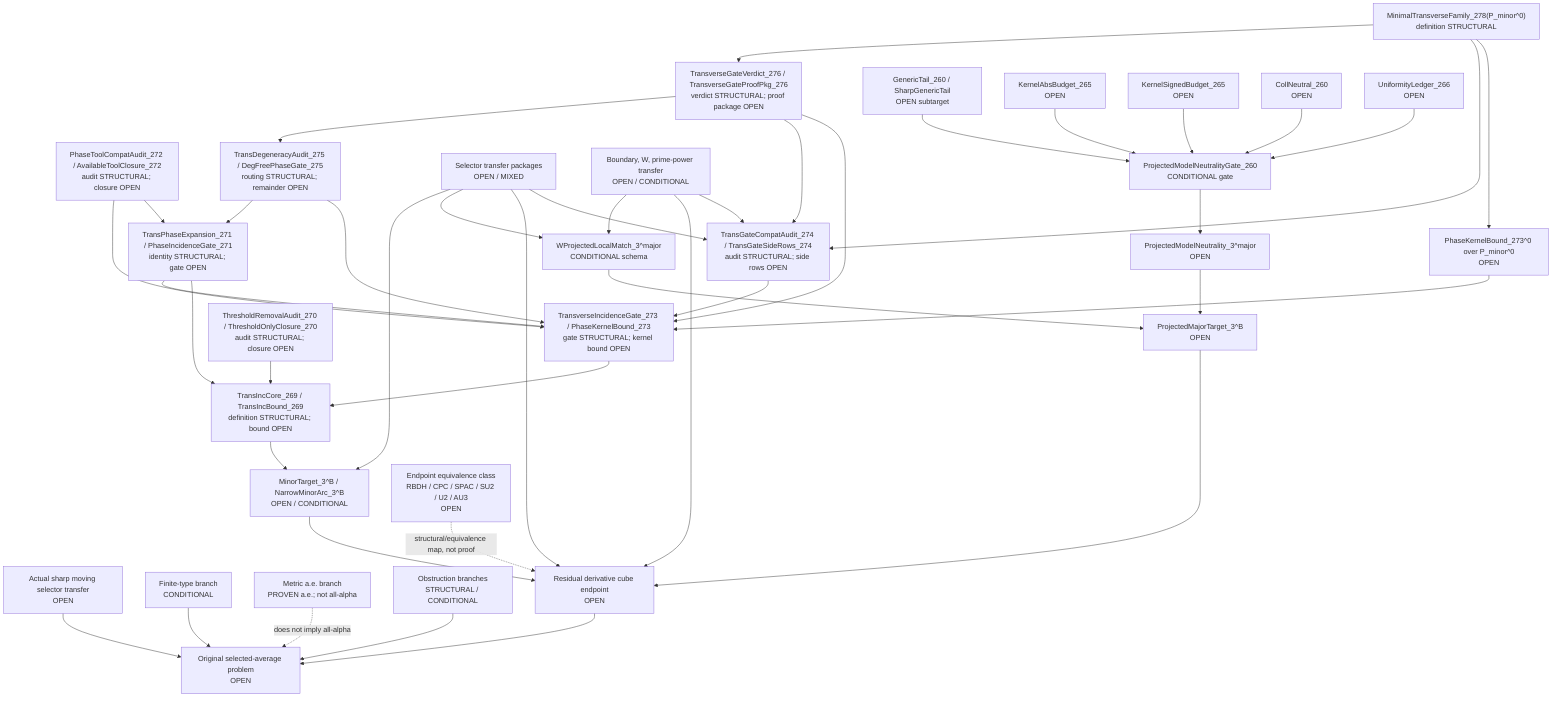
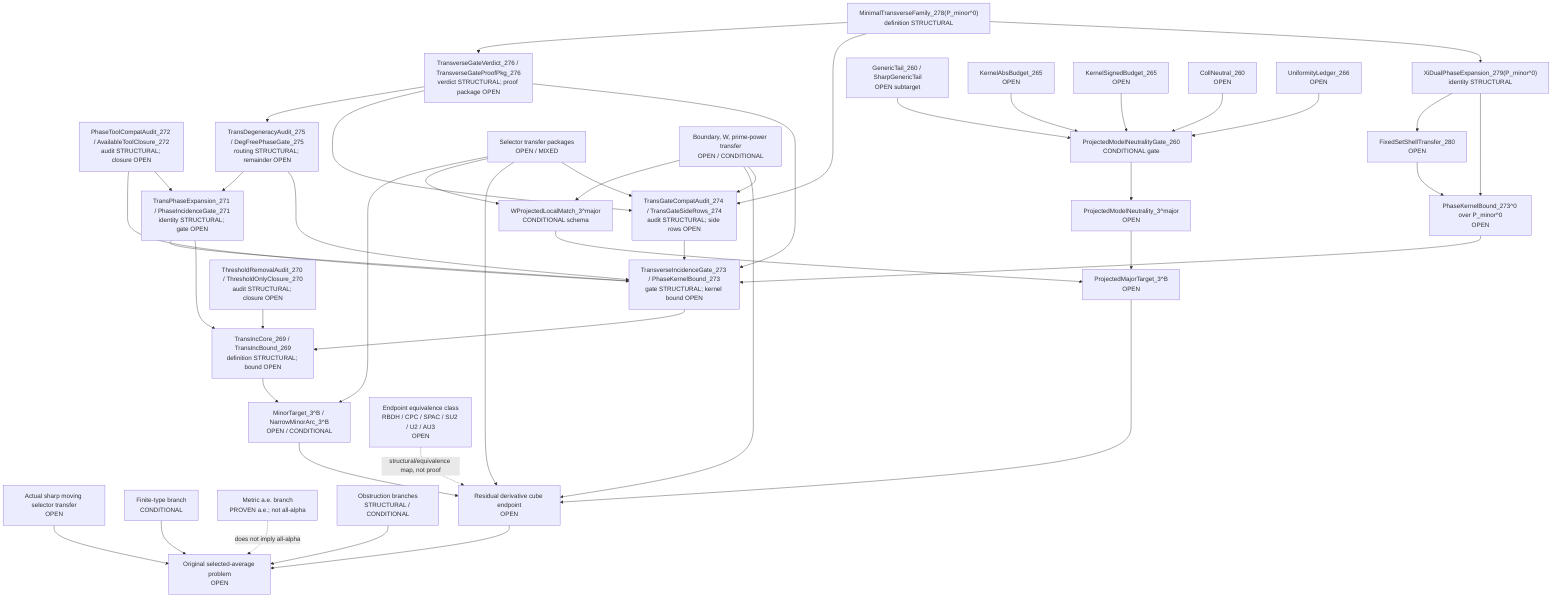
flowchart TD
  Original["Original selected-average problem<br/>OPEN"]
  SharpSel["Actual sharp moving selector transfer<br/>OPEN"]
  FiniteType["Finite-type branch<br/>CONDITIONAL"]
  Metric["Metric a.e. branch<br/>PROVEN a.e.; not all-alpha"]
  Obstruction["Obstruction branches<br/>STRUCTURAL / CONDITIONAL"]

  ResCube["Residual derivative cube endpoint<br/>OPEN"]
  MajorTarget["ProjectedMajorTarget_3^B<br/>OPEN"]
  MinorTarget["MinorTarget_3^B / NarrowMinorArc_3^B<br/>OPEN / CONDITIONAL"]
  TransInc["TransIncCore_269 / TransIncBound_269<br/>definition STRUCTURAL; bound OPEN"]
  ThresholdAudit["ThresholdRemovalAudit_270 / ThresholdOnlyClosure_270<br/>audit STRUCTURAL; closure OPEN"]
  PhaseExpansion["TransPhaseExpansion_271 / PhaseIncidenceGate_271<br/>identity STRUCTURAL; gate OPEN"]
  ToolCompat["PhaseToolCompatAudit_272 / AvailableToolClosure_272<br/>audit STRUCTURAL; closure OPEN"]
  TransGate["TransverseIncidenceGate_273 / PhaseKernelBound_273<br/>gate STRUCTURAL; kernel bound OPEN"]
  TransGateCompat["TransGateCompatAudit_274 / TransGateSideRows_274<br/>audit STRUCTURAL; side rows OPEN"]
  DegAudit["TransDegeneracyAudit_275 / DegFreePhaseGate_275<br/>routing STRUCTURAL; remainder OPEN"]
  TransVerdict["TransverseGateVerdict_276 / TransverseGateProofPkg_276<br/>verdict STRUCTURAL; proof package OPEN"]
  MinTransFamily["MinimalTransverseFamily_278(P_minor^0)<br/>definition STRUCTURAL"]
+   XiExpansion["XiDualPhaseExpansion_279(P_minor^0)<br/>identity STRUCTURAL"]
+   FixedShellTransfer["FixedSetShellTransfer_280<br/>OPEN"]
  PhaseKernel0["PhaseKernelBound_273^0 over P_minor^0<br/>OPEN"]
  SelectorTransfer["Selector transfer packages<br/>OPEN / MIXED"]
  BoundaryTransfer["Boundary, W, prime-power transfer<br/>OPEN / CONDITIONAL"]

  WLocal["WProjectedLocalMatch_3^major<br/>CONDITIONAL schema"]
  ModelNeutral["ProjectedModelNeutrality_3^major<br/>OPEN"]
  PMNGate["ProjectedModelNeutralityGate_260<br/>CONDITIONAL gate"]
  GenericTail["GenericTail_260 / SharpGenericTail<br/>OPEN subtarget"]
  KernelAbs["KernelAbsBudget_265<br/>OPEN"]
  KernelSigned["KernelSignedBudget_265<br/>OPEN"]
  CollNeutral["CollNeutral_260<br/>OPEN"]
  Uniformity["UniformityLedger_266<br/>OPEN"]

  EndpointClass["Endpoint equivalence class<br/>RBDH / CPC / SPAC / SU2 / U2 / AU3<br/>OPEN"]

  SharpSel --> Original
  FiniteType --> Original
  Obstruction --> Original
  ResCube --> Original
  Metric -. "does not imply all-alpha" .-> Original

  MajorTarget --> ResCube
  MinorTarget --> ResCube
  TransInc --> MinorTarget
  ThresholdAudit --> TransInc
  PhaseExpansion --> TransInc
  ToolCompat --> PhaseExpansion
  TransGate --> TransInc
  PhaseExpansion --> TransGate
  ToolCompat --> TransGate
  TransGateCompat --> TransGate
  SelectorTransfer --> TransGateCompat
  BoundaryTransfer --> TransGateCompat
  DegAudit --> TransGate
  DegAudit --> PhaseExpansion
  TransVerdict --> TransGate
  TransVerdict --> TransGateCompat
  TransVerdict --> DegAudit
  PhaseKernel0 --> TransGate
-   MinTransFamily --> PhaseKernel0
+   MinTransFamily --> XiExpansion
+   XiExpansion --> PhaseKernel0
+   FixedShellTransfer --> PhaseKernel0
+   XiExpansion --> FixedShellTransfer
  MinTransFamily --> TransGateCompat
  MinTransFamily --> TransVerdict
  SelectorTransfer --> ResCube
  BoundaryTransfer --> ResCube
  EndpointClass -. "structural/equivalence map, not proof" .-> ResCube

  WLocal --> MajorTarget
  ModelNeutral --> MajorTarget

  PMNGate --> ModelNeutral
  GenericTail --> PMNGate
  KernelAbs --> PMNGate
  KernelSigned --> PMNGate
  CollNeutral --> PMNGate
  Uniformity --> PMNGate

  BoundaryTransfer --> WLocal
  SelectorTransfer --> WLocal
  SelectorTransfer --> MinorTarget
